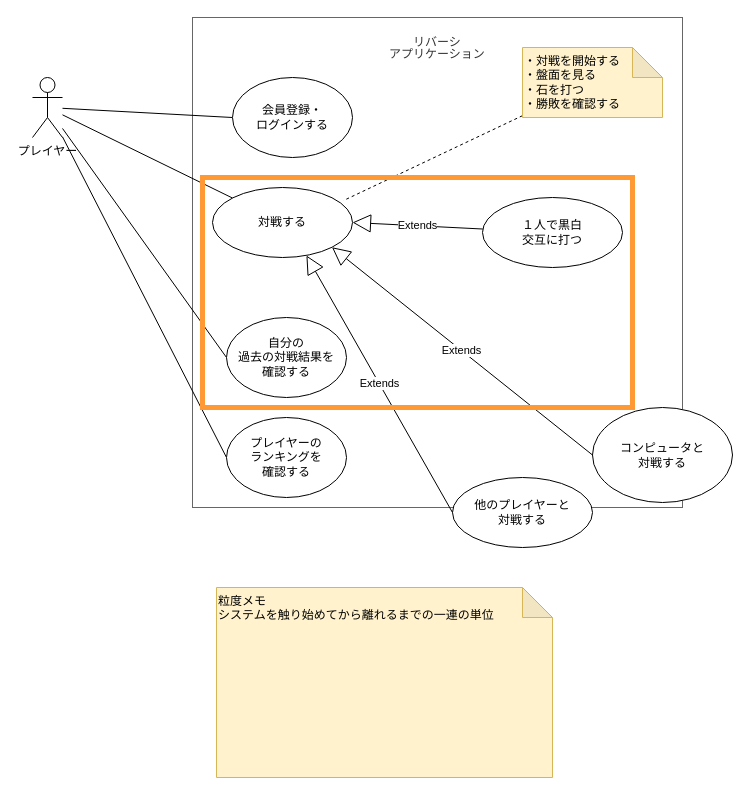
This is docs/use-case.drawio from arakaworld/improved-octo-pancake, a draw.io file, before an edit. Source tidied: cells renumbered, new cells numbered last; positions are measured from the earlier drawing's top-left corner, leaving out a move shared by most shapes. Both pictures are drawn from the tidied source at 100%, with x=0, y=0 at pixel (32, 17).
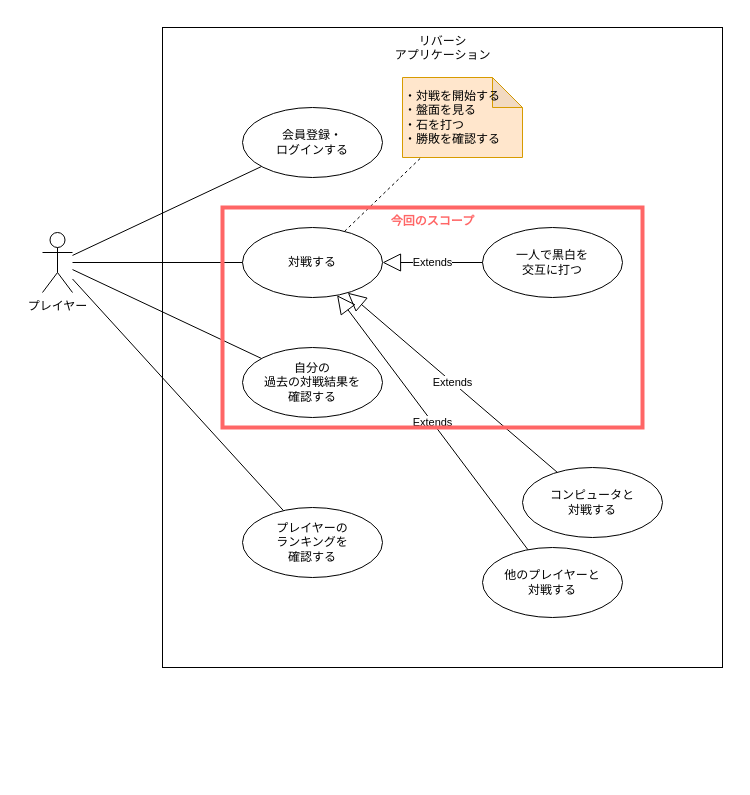
Above is the later version.

Change to the diagram source:
```diff
@@
-    <mxCell id="2" value="&lt;p style=&quot;line-height: 100%;&quot;&gt;リバーシ&lt;br&gt;アプリケーション&lt;/p&gt;" style="whiteSpace=wrap;html=1;align=center;verticalAlign=top;fillColor=none;fontColor=#333333;strokeColor=#666666;" parent="1" vertex="1">
-      <mxGeometry x="160" width="490" height="490" as="geometry" />
+    <mxCell id="2" value="リバーシ&lt;br&gt;アプリケーション" style="html=1;fillColor=none;verticalAlign=top;" parent="1" vertex="1">
+      <mxGeometry x="130" y="10" width="560" height="640" as="geometry" />
     </mxCell>
+    <mxCell id="7" value="プレイヤー" style="shape=umlActor;verticalLabelPosition=bottom;verticalAlign=top;html=1;fillColor=default;" parent="1" vertex="1">
+      <mxGeometry x="10" y="215" width="30" height="60" as="geometry" />
+    </mxCell>
+    <mxCell id="22" value="対戦する" style="ellipse;whiteSpace=wrap;html=1;fillColor=default;" parent="1" vertex="1">
+      <mxGeometry x="210" y="210" width="140" height="70" as="geometry" />
+    </mxCell>
+    <mxCell id="8" value="・対戦を開始する&lt;br&gt;・盤面を見る&lt;br&gt;・石を打つ&lt;br&gt;・勝敗を確認する" style="shape=note;whiteSpace=wrap;html=1;backgroundOutline=1;darkOpacity=0.05;fillColor=#ffe6cc;strokeColor=#d79b00;align=left;" parent="1" vertex="1">
+      <mxGeometry x="370" y="60" width="120" height="80" as="geometry" />
+    </mxCell>
+    <mxCell id="9" style="endArrow=none;dashed=1;html=1;" parent="1" edge="1" source="22" target="8">
+      <mxGeometry relative="1" as="geometry" />
+    </mxCell>
+    <mxCell id="23" value="自分の&lt;br&gt;過去の対戦結果を&lt;br&gt;確認する" style="ellipse;whiteSpace=wrap;html=1;fillColor=default;" parent="1" vertex="1">
+      <mxGeometry x="210" y="330" width="140" height="70" as="geometry" />
+    </mxCell>
-    <mxCell id="3" style="edgeStyle=none;html=1;endArrow=none;endFill=0;" parent="1" edge="1" source="7" target="9">
-      <mxGeometry relative="1" as="geometry" />
+    <mxCell id="3" value="会員登録・&lt;br&gt;ログインする" style="ellipse;whiteSpace=wrap;html=1;fillColor=default;" parent="1" vertex="1">
+      <mxGeometry x="210" y="90" width="140" height="70" as="geometry" />
     </mxCell>
+    <mxCell id="11" value="一人で黒白を&lt;br&gt;交互に打つ" style="ellipse;whiteSpace=wrap;html=1;fillColor=default;" parent="1" vertex="1">
+      <mxGeometry x="450" y="210" width="140" height="70" as="geometry" />
+    </mxCell>
+    <mxCell id="10" value="コンピュータと&lt;br&gt;対戦する" style="ellipse;whiteSpace=wrap;html=1;fillColor=default;" parent="1" vertex="1">
+      <mxGeometry x="490" y="450" width="140" height="70" as="geometry" />
+    </mxCell>
+    <mxCell id="24" value="他のプレイヤーと&lt;br&gt;対戦する" style="ellipse;whiteSpace=wrap;html=1;fillColor=default;" parent="1" vertex="1">
+      <mxGeometry x="450" y="530" width="140" height="70" as="geometry" />
+    </mxCell>
+    <mxCell id="12" value="Extends" style="endArrow=block;endSize=16;endFill=0;html=1;" parent="1" edge="1" source="11" target="22">
+      <mxGeometry relative="1" as="geometry" />
+    </mxCell>
+    <mxCell id="13" value="Extends" style="endArrow=block;endSize=16;endFill=0;html=1;" parent="1" edge="1" source="10" target="22">
+      <mxGeometry relative="1" as="geometry" />
+    </mxCell>
-    <mxCell id="4" style="edgeStyle=none;html=1;entryX=0;entryY=0.5;entryDx=0;entryDy=0;endArrow=none;endFill=0;" parent="1" edge="1" source="7" target="13">
+    <mxCell id="4" value="Extends" style="endArrow=block;endSize=16;endFill=0;html=1;" parent="1" edge="1" source="24" target="22">
       <mxGeometry relative="1" as="geometry" />
     </mxCell>
-    <mxCell id="5" style="edgeStyle=none;html=1;entryX=0;entryY=0.5;entryDx=0;entryDy=0;endArrow=none;endFill=0;" parent="1" edge="1" source="7" target="12">
+    <mxCell id="5" style="endArrow=none;html=1;" parent="1" edge="1" source="7" target="3">
       <mxGeometry relative="1" as="geometry" />
     </mxCell>
-    <mxCell id="6" style="edgeStyle=none;html=1;entryX=0;entryY=0.5;entryDx=0;entryDy=0;endArrow=none;endFill=0;" parent="1" edge="1" source="7" target="20">
-      <mxGeometry relative="1" as="geometry" />
-    </mxCell>
-    <mxCell id="7" value="プレイヤー" style="shape=umlActor;verticalLabelPosition=bottom;verticalAlign=top;html=1;outlineConnect=0;fillColor=none;" parent="1" vertex="1">
-      <mxGeometry y="60" width="30" height="60" as="geometry" />
-    </mxCell>
-    <mxCell id="8" value="粒度メモ&lt;br&gt;システムを触り始めてから離れるまでの一連の単位" style="shape=note;whiteSpace=wrap;html=1;backgroundOutline=1;darkOpacity=0.05;fillColor=#fff2cc;align=left;strokeColor=#d6b656;verticalAlign=top;" parent="1" vertex="1">
-      <mxGeometry x="184" y="570" width="336" height="190" as="geometry" />
-    </mxCell>
-    <mxCell id="9" value="対戦する" style="ellipse;whiteSpace=wrap;html=1;fillColor=default;" parent="1" vertex="1">
-      <mxGeometry x="180" y="170" width="140" height="70" as="geometry" />
-    </mxCell>
-    <mxCell id="10" style="edgeStyle=none;html=1;entryX=0.936;entryY=0.186;entryDx=0;entryDy=0;entryPerimeter=0;dashed=1;endArrow=none;endFill=0;" parent="1" edge="1" source="11" target="9">
-      <mxGeometry relative="1" as="geometry" />
-    </mxCell>
-    <mxCell id="11" value="・対戦を開始する&lt;br&gt;・盤面を見る&lt;br&gt;・石を打つ&lt;br&gt;・勝敗を確認する" style="shape=note;whiteSpace=wrap;html=1;backgroundOutline=1;darkOpacity=0.05;fillColor=#fff2cc;align=left;strokeColor=#d6b656;verticalAlign=top;" parent="1" vertex="1">
-      <mxGeometry x="490" y="30" width="140" height="70" as="geometry" />
-    </mxCell>
-    <mxCell id="12" value="自分の&lt;br&gt;過去の対戦結果を&lt;br&gt;確認する" style="ellipse;whiteSpace=wrap;html=1;fillColor=default;" parent="1" vertex="1">
-      <mxGeometry x="194" y="300" width="120" height="80" as="geometry" />
-    </mxCell>
-    <mxCell id="13" value="会員登録・&lt;br&gt;ログインする" style="ellipse;whiteSpace=wrap;html=1;fillColor=default;" parent="1" vertex="1">
-      <mxGeometry x="200" y="60" width="120" height="80" as="geometry" />
-    </mxCell>
-    <mxCell id="14" value="１人で黒白&lt;br&gt;交互に打つ" style="ellipse;whiteSpace=wrap;html=1;fillColor=default;" parent="1" vertex="1">
-      <mxGeometry x="450" y="180" width="140" height="70" as="geometry" />
-    </mxCell>
-    <mxCell id="15" value="コンピュータと&lt;br&gt;対戦する" style="ellipse;whiteSpace=wrap;html=1;fillColor=default;" parent="1" vertex="1">
-      <mxGeometry x="560" y="390" width="140" height="95" as="geometry" />
-    </mxCell>
-    <mxCell id="16" value="他のプレイヤーと&lt;br&gt;対戦する" style="ellipse;whiteSpace=wrap;html=1;fillColor=default;" parent="1" vertex="1">
-      <mxGeometry x="420" y="460" width="140" height="70" as="geometry" />
+    <mxCell id="16" style="endArrow=none;html=1;" parent="1" edge="1" source="7" target="22">
+      <mxGeometry relative="1" as="geometry" />
     </mxCell>
+    <mxCell id="25" style="endArrow=none;html=1;" parent="1" edge="1" source="7" target="23">
+      <mxGeometry relative="1" as="geometry" />
+    </mxCell>
+    <mxCell id="20" value="プレイヤーの&lt;br&gt;ランキングを&lt;br&gt;確認する" style="ellipse;whiteSpace=wrap;html=1;fillColor=default;" parent="1" vertex="1">
+      <mxGeometry x="210" y="490" width="140" height="70" as="geometry" />
+    </mxCell>
-    <mxCell id="17" value="Extends" style="endArrow=block;endSize=16;endFill=0;html=1;entryX=1;entryY=0.5;entryDx=0;entryDy=0;" parent="1" edge="1" source="14" target="9">
+    <mxCell id="17" style="endArrow=none;html=1;" parent="1" edge="1" source="7" target="20">
       <mxGeometry relative="1" as="geometry" />
     </mxCell>
-    <mxCell id="18" value="Extends" style="endArrow=block;endSize=16;endFill=0;html=1;entryX=1;entryY=1;entryDx=0;entryDy=0;exitX=0;exitY=0.5;exitDx=0;exitDy=0;" parent="1" edge="1" source="15" target="9">
-      <mxGeometry relative="1" as="geometry" />
+    <mxCell id="18" value="今回のスコープ" style="html=1;fillColor=none;verticalAlign=top;strokeColor=#FF6666;strokeWidth=4;fontColor=#FF6666;fontStyle=1;" parent="1" vertex="1">
+      <mxGeometry x="190" y="190" width="420" height="220" as="geometry" />
     </mxCell>
-    <mxCell id="19" value="Extends" style="endArrow=block;endSize=16;endFill=0;html=1;entryX=0.671;entryY=0.971;entryDx=0;entryDy=0;exitX=0;exitY=0.5;exitDx=0;exitDy=0;entryPerimeter=0;" parent="1" edge="1" source="16" target="9">
-      <mxGeometry relative="1" as="geometry" />
-    </mxCell>
-    <mxCell id="20" value="プレイヤーの&lt;br&gt;ランキングを&lt;br&gt;確認する" style="ellipse;whiteSpace=wrap;html=1;fillColor=default;" parent="1" vertex="1">
-      <mxGeometry x="194" y="400" width="120" height="80" as="geometry" />
-    </mxCell>
-    <mxCell id="21" style="rounded=0;whiteSpace=wrap;html=1;fillColor=none;strokeWidth=5;strokeColor=#FF9933;" parent="1" vertex="1">
-      <mxGeometry x="170" y="160" width="430" height="230" as="geometry" />
-    </mxCell>
```
